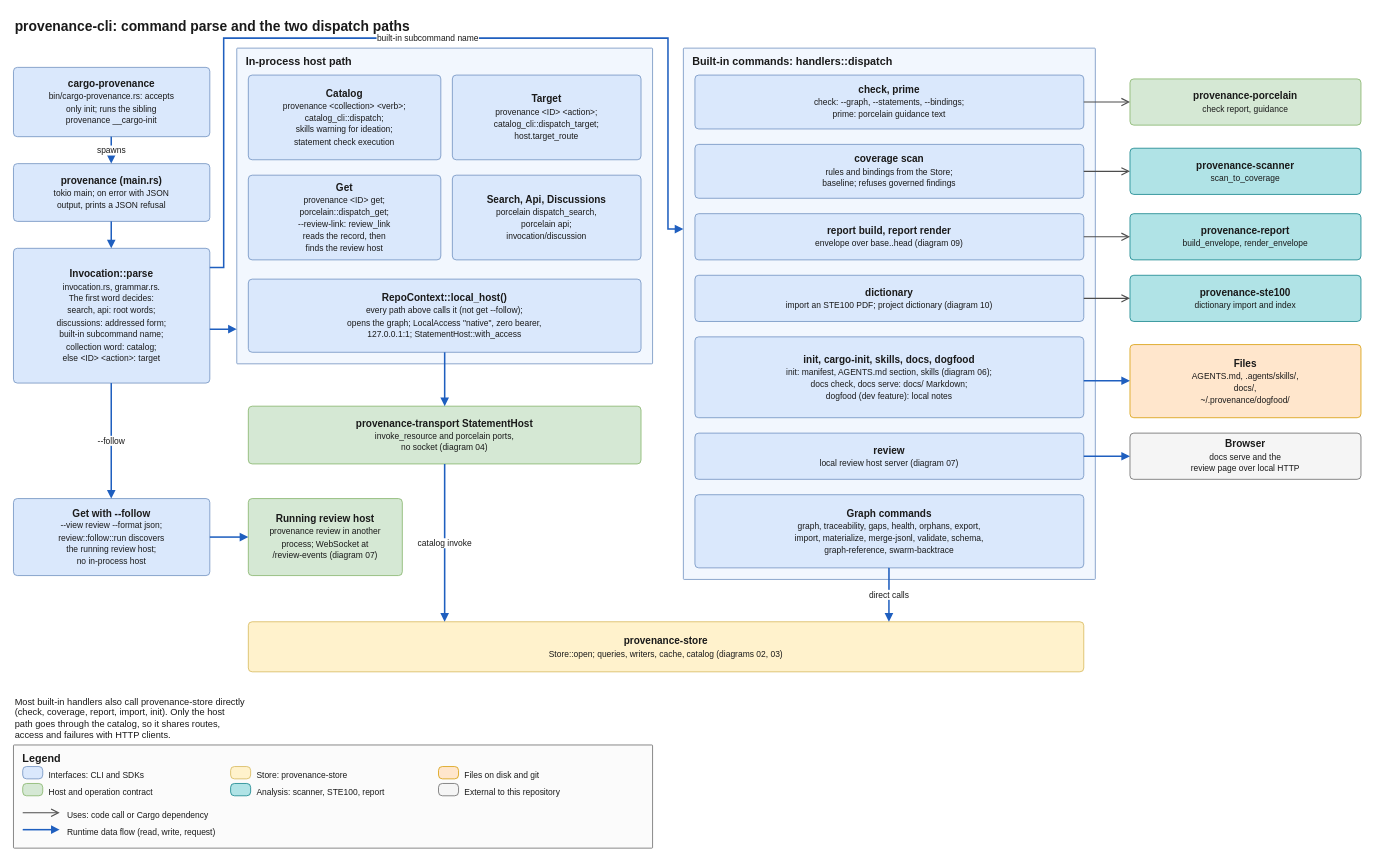
The draw.io diagram docs/architecture/diagrams/05-cli-dispatch.drawio in quality-sh/provenance, before the edit. Source tidied: cells renumbered, new cells numbered last; positions are measured from the earlier drawing's top-left corner, leaving out a move shared by most shapes. Both pictures are drawn from the tidied source at 77%, with x=0, y=0 at pixel (13, 13).
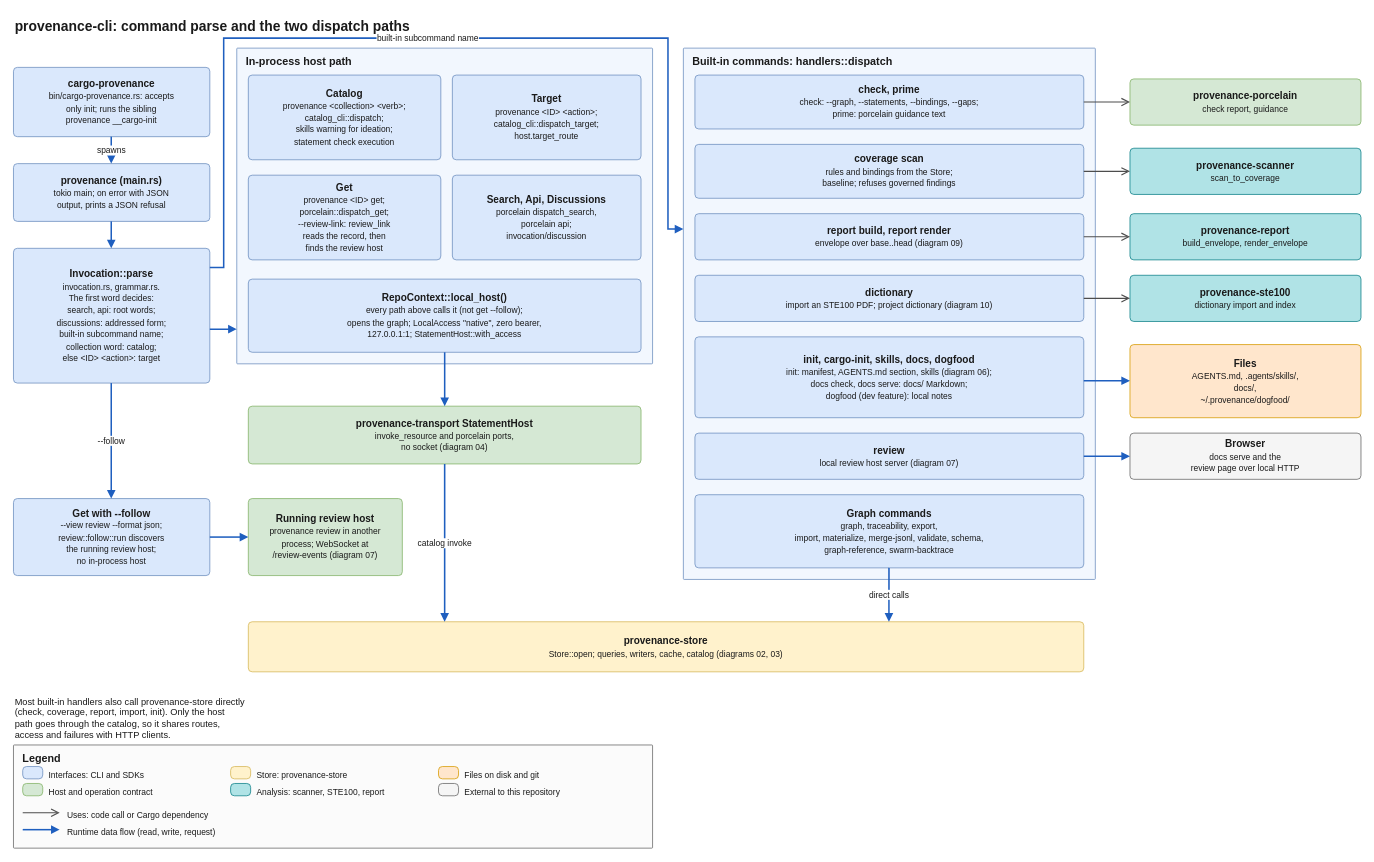
The same page after the edit.

The change refers to these unchanged cells:
```xml
<mxCell id="13" value="Built-in commands: handlers::dispatch" style="rounded=1;arcSize=2;absoluteArcSize=1;whiteSpace=wrap;html=1;fillColor=#f2f7fe;strokeColor=#6c8ebf;verticalAlign=top;align=left;spacingLeft=10;spacingRight=10;spacingTop=2;fontStyle=1;fontSize=14;fontColor=#1a1a1a;" parent="1" vertex="1">
  <mxGeometry x="870" y="45" width="535" height="690" as="geometry" />
</mxCell>
```

Diff of the diagram source:
```diff
@@
-    <mxCell id="14" value="&lt;b&gt;check, prime&lt;/b&gt;&lt;br&gt;&lt;font style=&quot;font-size:11px&quot;&gt;check: --graph, --statements, --bindings;&lt;br&gt;prime: porcelain guidance text&lt;/font&gt;" style="rounded=1;arcSize=10;absoluteArcSize=1;whiteSpace=wrap;html=1;fillColor=#dae8fc;strokeColor=#6c8ebf;fontSize=13;fontColor=#1a1a1a;verticalAlign=middle;align=center;spacing=4;" parent="13" vertex="1">
+    <mxCell id="14" value="&lt;b&gt;check, prime&lt;/b&gt;&lt;br&gt;&lt;font style=&quot;font-size:11px&quot;&gt;check: --graph, --statements, --bindings, --gaps;&lt;br&gt;prime: porcelain guidance text&lt;/font&gt;" style="rounded=1;arcSize=10;absoluteArcSize=1;whiteSpace=wrap;html=1;fillColor=#dae8fc;strokeColor=#6c8ebf;fontSize=13;fontColor=#1a1a1a;verticalAlign=middle;align=center;spacing=4;" parent="13" vertex="1">
       <mxGeometry x="15" y="35" width="505" height="70" as="geometry" />
     </mxCell>
@@
-    <mxCell id="20" value="&lt;b&gt;Graph commands&lt;/b&gt;&lt;br&gt;&lt;font style=&quot;font-size:11px&quot;&gt;graph, traceability, gaps, health, orphans, export,&lt;br&gt;import, materialize, merge-jsonl, validate, schema,&lt;br&gt;graph-reference, swarm-backtrace&lt;/font&gt;" style="rounded=1;arcSize=10;absoluteArcSize=1;whiteSpace=wrap;html=1;fillColor=#dae8fc;strokeColor=#6c8ebf;fontSize=13;fontColor=#1a1a1a;verticalAlign=middle;align=center;spacing=4;" parent="13" vertex="1">
+    <mxCell id="20" value="&lt;b&gt;Graph commands&lt;/b&gt;&lt;br&gt;&lt;font style=&quot;font-size:11px&quot;&gt;graph, traceability, export,&lt;br&gt;import, materialize, merge-jsonl, validate, schema,&lt;br&gt;graph-reference, swarm-backtrace&lt;/font&gt;" style="rounded=1;arcSize=10;absoluteArcSize=1;whiteSpace=wrap;html=1;fillColor=#dae8fc;strokeColor=#6c8ebf;fontSize=13;fontColor=#1a1a1a;verticalAlign=middle;align=center;spacing=4;" parent="13" vertex="1">
       <mxGeometry x="15" y="580" width="505" height="95" as="geometry" />
     </mxCell>
```
